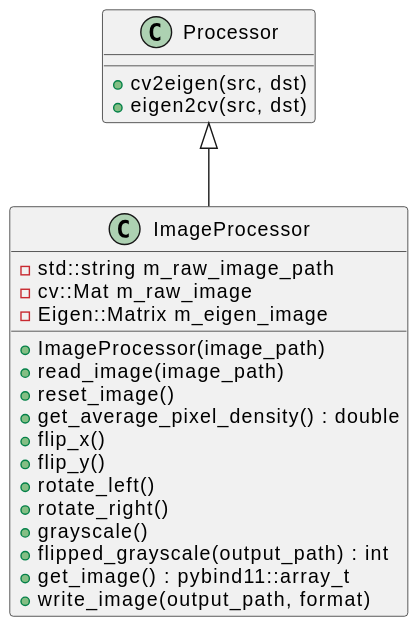
Earlier version of the PlantUML export docs/assets/ImageProcessor.svg (spenser-millburn/surescan-take-home).
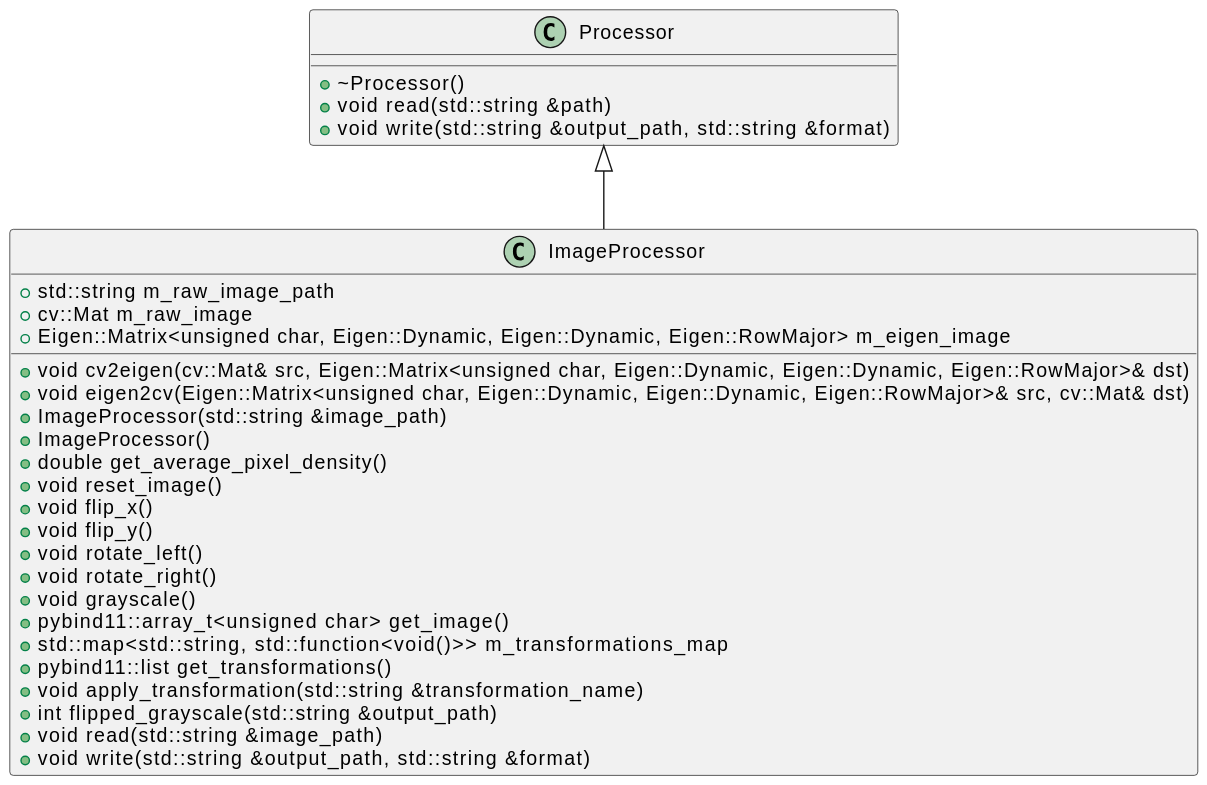
The same diagram one commit later.

Diff of the diagram source:
```diff
@@ -1,25 +1,32 @@
 @startuml
 class Processor {
-  +cv2eigen(src, dst)
-  +eigen2cv(src, dst)
+    +~Processor()
+    +void read(std::string &path)
+    +void write(std::string &output_path, std::string &format)
 }
 
 class ImageProcessor {
-  -std::string m_raw_image_path
-  -cv::Mat m_raw_image
-  -Eigen::Matrix m_eigen_image
-  +ImageProcessor(image_path)
-  +read_image(image_path)
-  +reset_image()
-  +get_average_pixel_density() : double
-  +flip_x()
-  +flip_y()
-  +rotate_left()
-  +rotate_right()
-  +grayscale()
-  +flipped_grayscale(output_path) : int
-  +get_image() : pybind11::array_t
-  +write_image(output_path, format)
+    +std::string m_raw_image_path
+    +cv::Mat m_raw_image
+    +Eigen::Matrix<unsigned char, Eigen::Dynamic, Eigen::Dynamic, Eigen::RowMajor> m_eigen_image
+    +void cv2eigen(cv::Mat& src, Eigen::Matrix<unsigned char, Eigen::Dynamic, Eigen::Dynamic, Eigen::RowMajor>& dst)
+    +void eigen2cv(Eigen::Matrix<unsigned char, Eigen::Dynamic, Eigen::Dynamic, Eigen::RowMajor>& src, cv::Mat& dst)
+    +ImageProcessor(std::string &image_path)
+    +ImageProcessor()
+    +double get_average_pixel_density()
+    +void reset_image()
+    +void flip_x()
+    +void flip_y()
+    +void rotate_left()
+    +void rotate_right()
+    +void grayscale()
+    +pybind11::array_t<unsigned char> get_image()
+    +std::map<std::string, std::function<void()>> m_transformations_map
+    +pybind11::list get_transformations()
+    +void apply_transformation(std::string &transformation_name)
+    +int flipped_grayscale(std::string &output_path)
+    +void read(std::string &image_path)
+    +void write(std::string &output_path, std::string &format)
 }
 
 Processor <|-- ImageProcessor
```
